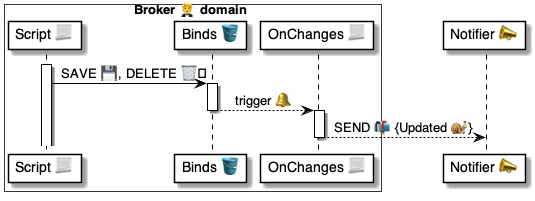
Before: 4 ⚙️ Solution/20 🧑‍🦰 UI/Brokers 🤵/🤵🪣 Broker tables/Binds 🔗 table/🪣🔔 OnBindChanges/🤵 OnBindChanges ⚙️ uml.png, a diagram exported from PlantUML (pollyweb-org/pollyweb-docs). Its source is kept beside it as 4 ⚙️ Solution/20 🧑‍🦰 UI/Brokers 🤵/🤵🪣 Broker tables/Binds 🔗 table/🪣🔔 OnBindChanges/🤵 OnBindChanges ⚙️ uml.puml. The source it was exported from:
```plantuml
@startuml OnBindChanges


box Broker 🤵 domain #FFFFFA
    participant "Script 📃" as script
    participant "Binds 🪣" as binds
    participant "OnChanges 📃" as change
end box

participant "Notifier 📣" as notifier


activate script
    script -> binds: SAVE 💾, DELETE 🗑️

activate binds
    binds --> change: trigger 🔔
deactivate binds

activate change
    change --> notifier: SEND 📬 {Updated 🐌}
deactivate change

@enduml
```
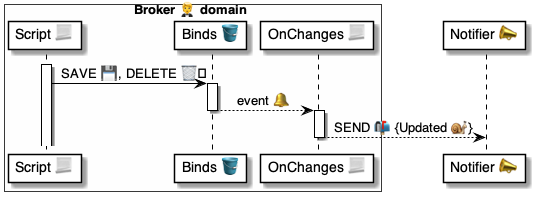
After the commit.

The edit, as a diff of the source:
```diff
@@ -14,7 +14,7 @@
     script -> binds: SAVE 💾, DELETE 🗑️
 
 activate binds
-    binds --> change: trigger 🔔
+    binds --> change: event 🔔
 deactivate binds
 
 activate change
```
